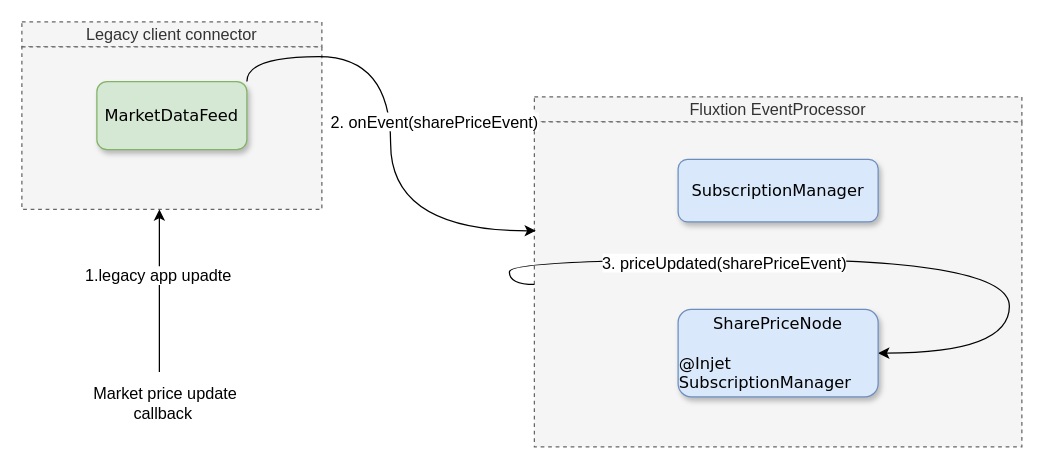
Earlier version of the draw.io diagram page "publish_data" (3 of 3) of docs/images/draw.io/subscription.drawio (v12technology/fluxtion). Source tidied: cells renumbered, new cells numbered last; positions are measured from the earlier drawing's top-left corner, leaving out a move shared by most shapes. Both pictures are drawn from the tidied source at 125%, with x=0, y=0 at pixel (21, 21).
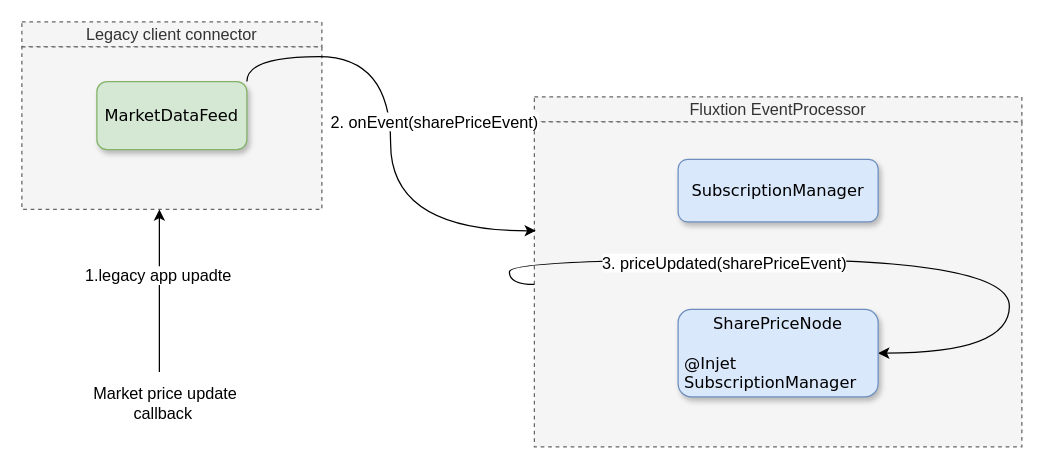
Above is the later version.

Unchanged cells that the change refers to:
```xml
<mxCell id="2" style="group;" parent="1" vertex="1">
  <mxGeometry x="410" y="60" width="390" height="280" as="geometry" />
</mxCell>
```

The edit, as a diff of the source:
```diff
@@
-    <mxCell id="7" value="&lt;div style=&quot;&quot;&gt;&lt;span style=&quot;font-size: 13px; background-color: initial;&quot;&gt;SharePriceNode&lt;/span&gt;&lt;/div&gt;&lt;div style=&quot;&quot;&gt;&lt;span style=&quot;font-size: 13px; background-color: initial;&quot;&gt;&lt;br&gt;&lt;/span&gt;&lt;/div&gt;&lt;font style=&quot;font-size: 13px;&quot;&gt;&lt;div style=&quot;text-align: left;&quot;&gt;&lt;span style=&quot;background-color: initial;&quot;&gt;@Injet SubscriptionManager&lt;/span&gt;&lt;/div&gt;&lt;/font&gt;" style="rounded=1;whiteSpace=wrap;html=1;fillColor=#dae8fc;strokeColor=#6c8ebf;shadow=1;fontFamily=Verdana;" parent="2" vertex="1">
+    <mxCell id="7" value="&lt;div style=&quot;&quot;&gt;&lt;span style=&quot;font-size: 13px; background-color: initial;&quot;&gt;SharePriceNode&lt;/span&gt;&lt;/div&gt;&lt;div style=&quot;&quot;&gt;&lt;span style=&quot;font-size: 13px; background-color: initial;&quot;&gt;&lt;br&gt;&lt;/span&gt;&lt;/div&gt;&lt;font style=&quot;font-size: 13px;&quot;&gt;&lt;div style=&quot;text-align: left;&quot;&gt;&lt;span style=&quot;background-color: initial;&quot;&gt;&amp;nbsp;@Injet&amp;nbsp; &amp;nbsp; &amp;nbsp;SubscriptionManager&lt;/span&gt;&lt;/div&gt;&lt;/font&gt;" style="rounded=1;whiteSpace=wrap;html=1;fillColor=#dae8fc;strokeColor=#6c8ebf;shadow=1;fontFamily=Verdana;" parent="2" vertex="1">
       <mxGeometry x="115" y="170" width="160" height="70" as="geometry" />
     </mxCell>
```
